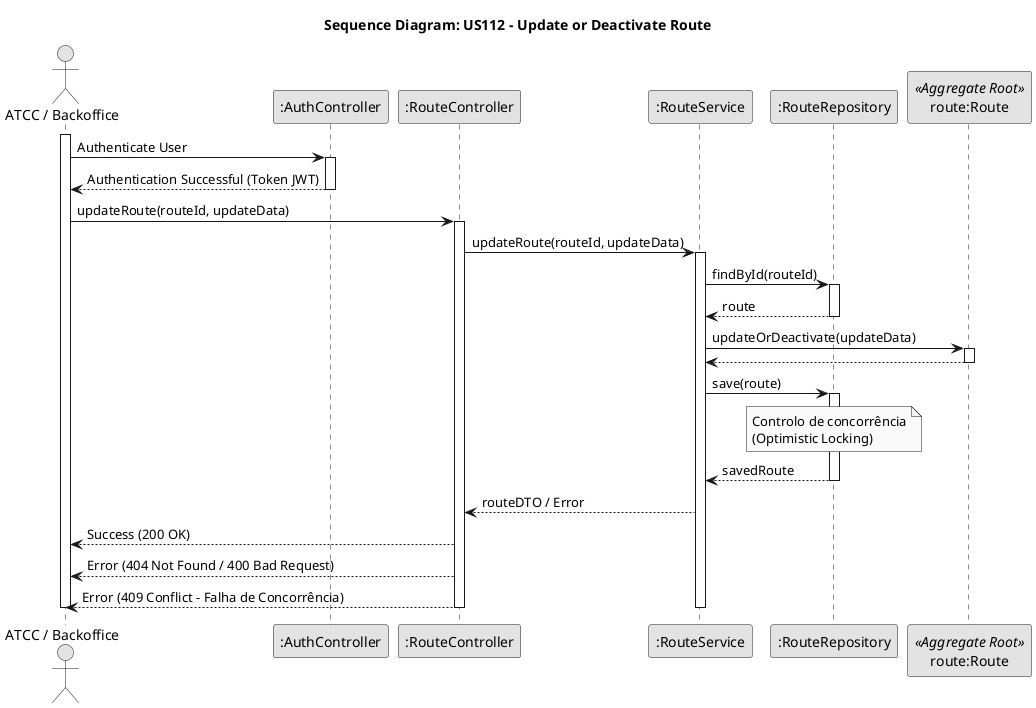
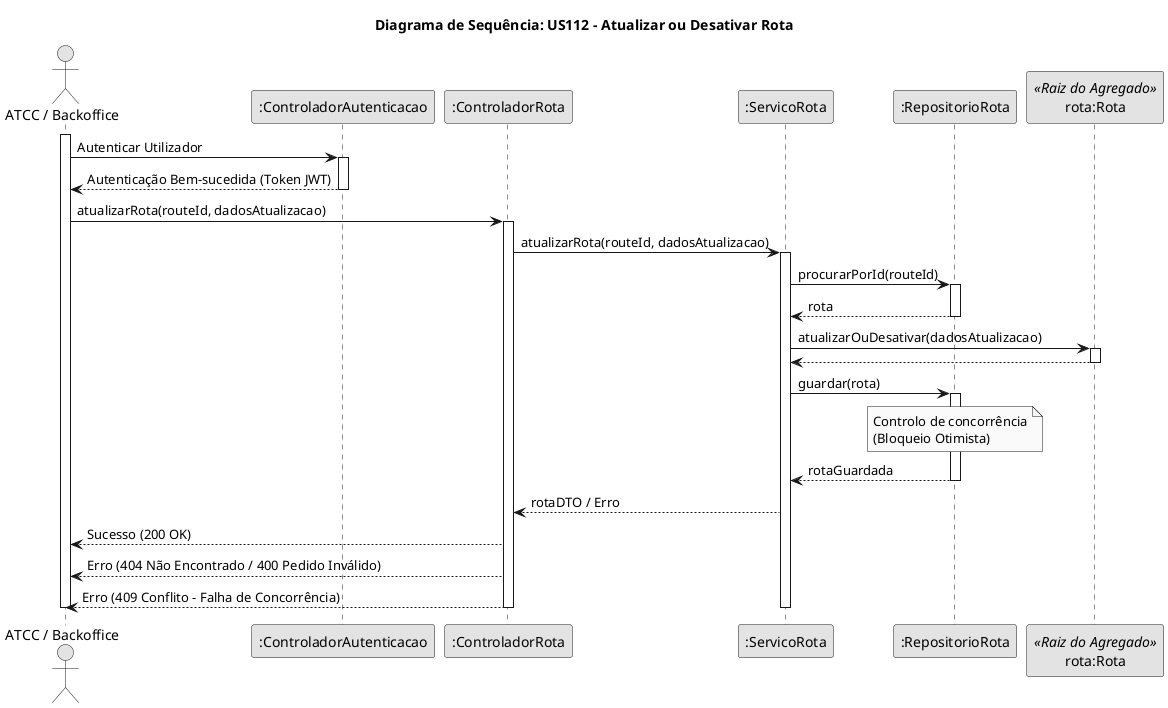
@startuml
skinparam monochrome true
skinparam shadowing false

- title Sequence Diagram: US112 - Update or Deactivate Route
+ title Diagrama de Sequência: US112 - Atualizar ou Desativar Rota

actor "ATCC / Backoffice" as User
- participant ":AuthController" as Auth
- participant ":RouteController" as Ctrl
- participant ":RouteService" as Service
- participant ":RouteRepository" as RepoRoute
- participant "route:Route" as Route <<Aggregate Root>>
+ participant ":ControladorAutenticacao" as Auth
+ participant ":ControladorRota" as Ctrl
+ participant ":ServicoRota" as Service
+ participant ":RepositorioRota" as RepoRoute
+ participant "rota:Rota" as Route <<Raiz do Agregado>>

activate User

- 
- User -> Auth : Authenticate User
+ User -> Auth : Autenticar Utilizador
activate Auth
- Auth --> User : Authentication Successful (Token JWT)
+ Auth --> User : Autenticação Bem-sucedida (Token JWT)
deactivate Auth

- 
- User -> Ctrl : updateRoute(routeId, updateData)
+ User -> Ctrl : atualizarRota(routeId, dadosAtualizacao)
activate Ctrl

- Ctrl -> Service : updateRoute(routeId, updateData)
+ Ctrl -> Service : atualizarRota(routeId, dadosAtualizacao)
activate Service

-     Service -> RepoRoute : findById(routeId)
+     Service -> RepoRoute : procurarPorId(routeId)
    activate RepoRoute
-     RepoRoute --> Service : route
+     RepoRoute --> Service : rota
    deactivate RepoRoute

- 
-     Service -> Route : updateOrDeactivate(updateData)
+     Service -> Route : atualizarOuDesativar(dadosAtualizacao)
    activate Route
    Route --> Service
    deactivate Route

-     Service -> RepoRoute : save(route)
+     Service -> RepoRoute : guardar(rota)
    activate RepoRoute
-     note over RepoRoute : Controlo de concorrência\n(Optimistic Locking)
-     RepoRoute --> Service : savedRoute
+     note over RepoRoute : Controlo de concorrência\n(Bloqueio Otimista)
+     RepoRoute --> Service : rotaGuardada
    deactivate RepoRoute

-     Service --> Ctrl : routeDTO / Error
+     Service --> Ctrl : rotaDTO / Erro

+     Ctrl --> User : Sucesso (200 OK)

+     Ctrl --> User : Erro (404 Não Encontrado / 400 Pedido Inválido)

-     Ctrl --> User : Success (200 OK)
- 
-     Ctrl --> User : Error (404 Not Found / 400 Bad Request)
- 
-     Ctrl --> User : Error (409 Conflict - Falha de Concorrência)
+     Ctrl --> User : Erro (409 Conflito - Falha de Concorrência)

deactivate Service
deactivate Ctrl
deactivate User
@enduml